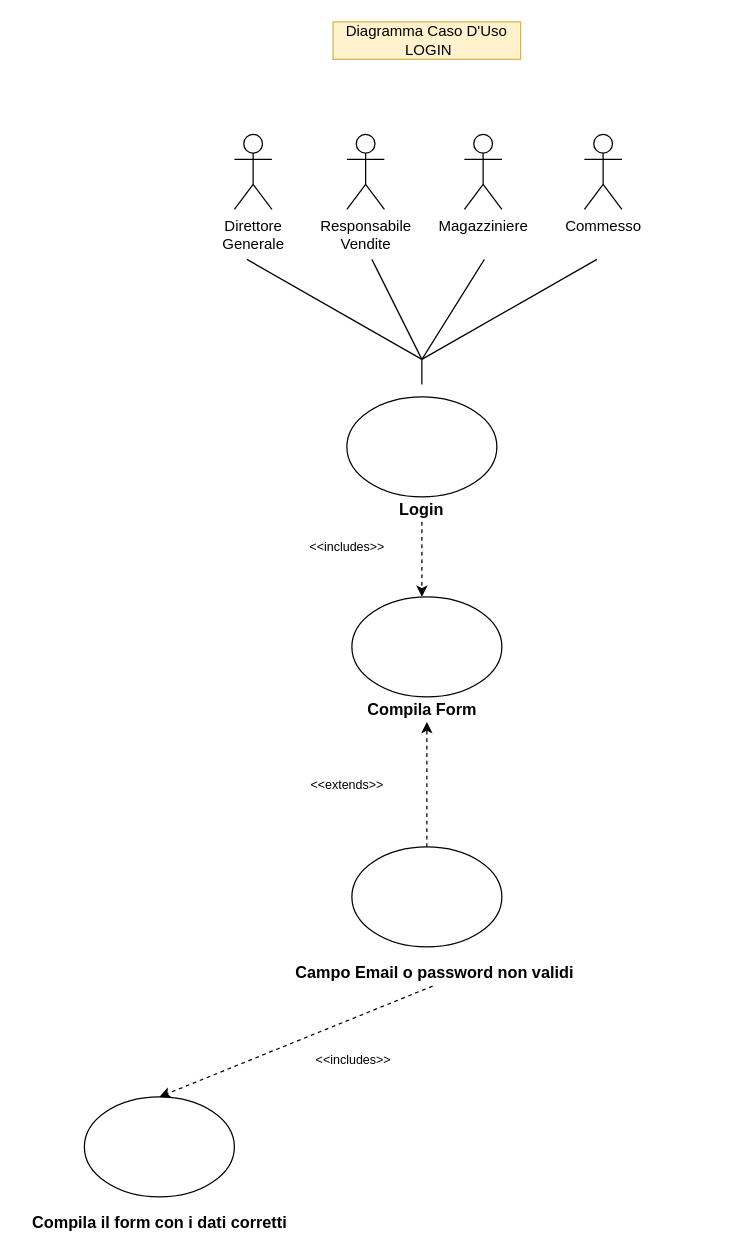
Before: bozze/Login.drawio in Carmineh/IT-Manager, a draw.io diagram. Source tidied: cells renumbered, new cells numbered last; positions are measured from the earlier drawing's top-left corner, leaving out a move shared by most shapes. Both pictures are drawn from the tidied source at 125%, with x=0, y=0 at pixel (21, 21).
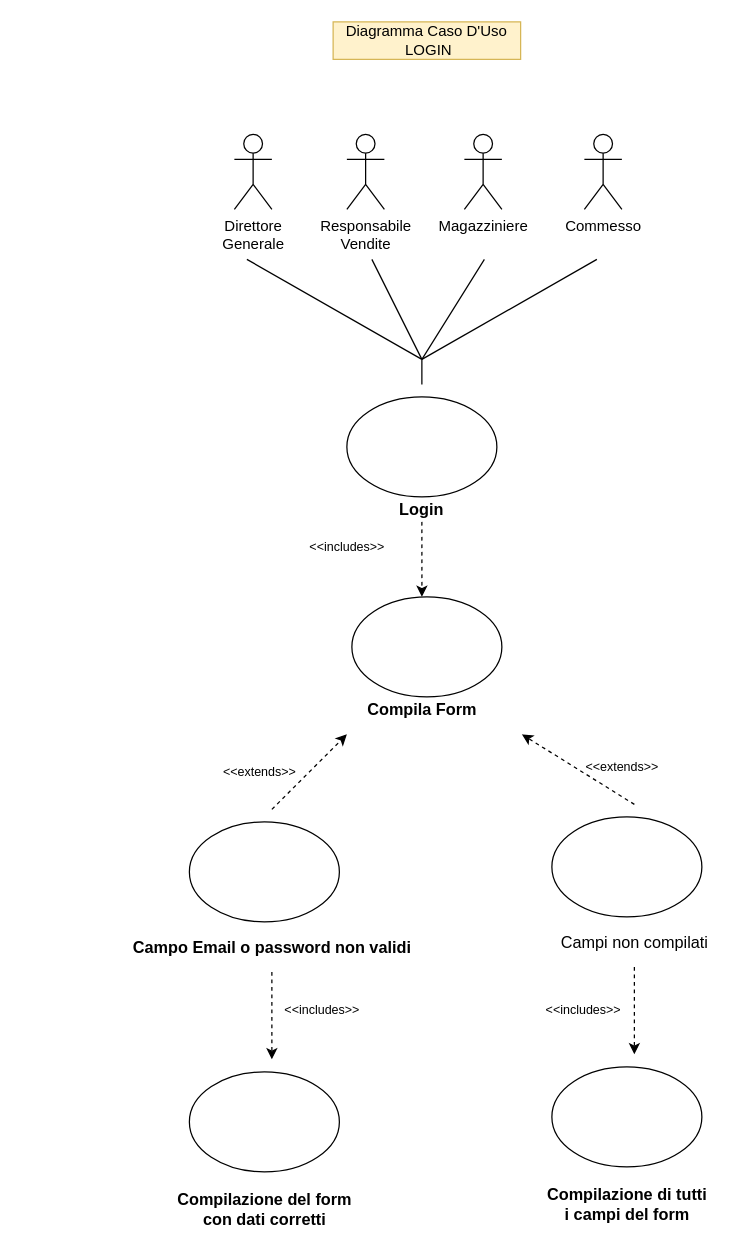
The same diagram, later.

The change refers to these unchanged cells:
```xml
<mxCell id="17" value="&lt;b&gt;Compila Form&lt;/b&gt;" style="text;html=1;align=center;verticalAlign=middle;points=[];fontSize=13;" parent="1" vertex="1">
  <mxGeometry x="270" y="540" width="100" height="20" as="geometry" />
</mxCell>
```

What changed in the source:
```diff
@@
     <mxCell id="18" style="ellipse;whiteSpace=wrap;html=1;strokeColor=#000000;fontSize=13;" parent="1" vertex="1">
-      <mxGeometry x="264" y="660" width="120" height="80" as="geometry" />
+      <mxGeometry x="134" y="640" width="120" height="80" as="geometry" />
     </mxCell>
     <mxCell id="19" style="ellipse;whiteSpace=wrap;html=1;strokeColor=#000000;fontSize=13;" parent="1" vertex="1">
-      <mxGeometry x="50" y="860" width="120" height="80" as="geometry" />
+      <mxGeometry x="134" y="840" width="120" height="80" as="geometry" />
     </mxCell>
-    <mxCell id="20" style="endArrow=classic;html=1;dashed=1;fontSize=13;exitX=0.5;exitY=0;exitDx=0;exitDy=0;entryX=0.54;entryY=1;entryDx=0;entryDy=0;entryPerimeter=0;" parent="1" edge="1" source="18" target="17">
-      <mxGeometry relative="1" as="geometry" />
+    <mxCell id="20" style="endArrow=classic;html=1;dashed=1;fontSize=13;" parent="1" edge="1">
+      <mxGeometry relative="1" as="geometry">
+        <mxPoint x="200" y="630" as="sourcePoint" />
+        <mxPoint x="260" y="570" as="targetPoint" />
+      </mxGeometry>
     </mxCell>
-    <mxCell id="21" style="endArrow=classic;html=1;dashed=1;fontSize=13;entryX=0.5;entryY=0;entryDx=0;entryDy=0;exitX=0.494;exitY=1.071;exitDx=0;exitDy=0;exitPerimeter=0;" parent="1" edge="1" source="22" target="19">
-      <mxGeometry relative="1" as="geometry" />
+    <mxCell id="21" style="endArrow=classic;html=1;dashed=1;fontSize=13;" parent="1" edge="1">
+      <mxGeometry relative="1" as="geometry">
+        <mxPoint x="200" y="760" as="sourcePoint" />
+        <mxPoint x="200" y="830" as="targetPoint" />
+      </mxGeometry>
     </mxCell>
     <mxCell id="22" value="&lt;b&gt;Campo Email o password non validi&lt;/b&gt;" style="text;html=1;align=center;verticalAlign=middle;points=[];fontSize=13;" parent="1" vertex="1">
-      <mxGeometry x="210" y="750" width="240" height="20" as="geometry" />
+      <mxGeometry x="80" y="730" width="240" height="20" as="geometry" />
     </mxCell>
-    <mxCell id="23" value="Compila il form con i dati corretti" style="text;html=1;align=center;verticalAlign=middle;fontSize=13;fontStyle=1;" parent="1" vertex="1">
-      <mxGeometry y="950" width="220" height="20" as="geometry" />
+    <mxCell id="23" value="&lt;div&gt;Compilazione del form&lt;/div&gt;&lt;div&gt;con dati corretti&lt;br&gt;&lt;/div&gt;" style="text;html=1;align=center;verticalAlign=middle;fontSize=13;fontStyle=1;" parent="1" vertex="1">
+      <mxGeometry x="114" y="930" width="160" height="40" as="geometry" />
     </mxCell>
     <mxCell id="24" value="&lt;font style=&quot;font-size: 10px&quot;&gt;&amp;lt;&amp;lt;extends&amp;gt;&amp;gt;&lt;/font&gt;" style="text;html=1;align=center;verticalAlign=middle;" parent="1" vertex="1">
-      <mxGeometry x="225" y="600" width="70" height="20" as="geometry" />
+      <mxGeometry x="155" y="590" width="70" height="20" as="geometry" />
     </mxCell>
     <mxCell id="25" value="&lt;font style=&quot;font-size: 10px&quot;&gt;&amp;lt;&amp;lt;includes&amp;gt;&amp;gt;&lt;/font&gt;" style="text;html=1;align=center;verticalAlign=middle;" parent="1" vertex="1">
-      <mxGeometry x="225" y="820" width="80" height="20" as="geometry" />
+      <mxGeometry x="200" y="780" width="80" height="20" as="geometry" />
     </mxCell>
+    <mxCell id="26" style="ellipse;whiteSpace=wrap;html=1;strokeColor=#000000;fontSize=13;" parent="1" vertex="1">
+      <mxGeometry x="424" y="636" width="120" height="80" as="geometry" />
+    </mxCell>
+    <mxCell id="27" style="ellipse;whiteSpace=wrap;html=1;strokeColor=#000000;fontSize=13;" parent="1" vertex="1">
+      <mxGeometry x="424" y="836" width="120" height="80" as="geometry" />
+    </mxCell>
+    <mxCell id="28" style="endArrow=classic;html=1;dashed=1;fontSize=13;" parent="1" edge="1">
+      <mxGeometry relative="1" as="geometry">
+        <mxPoint x="490" y="626" as="sourcePoint" />
+        <mxPoint x="400" y="570" as="targetPoint" />
+      </mxGeometry>
+    </mxCell>
+    <mxCell id="29" style="endArrow=classic;html=1;dashed=1;fontSize=13;" parent="1" edge="1">
+      <mxGeometry relative="1" as="geometry">
+        <mxPoint x="490" y="756" as="sourcePoint" />
+        <mxPoint x="490" y="826" as="targetPoint" />
+      </mxGeometry>
+    </mxCell>
+    <mxCell id="30" value="Campi non compilati" style="text;html=1;align=center;verticalAlign=middle;fontSize=13;" parent="1" vertex="1">
+      <mxGeometry x="425" y="726" width="130" height="20" as="geometry" />
+    </mxCell>
+    <mxCell id="31" value="&lt;div&gt;Compilazione di tutti&lt;/div&gt;&lt;div&gt;i campi del form&lt;br&gt;&lt;/div&gt;" style="text;html=1;align=center;verticalAlign=middle;fontSize=13;fontStyle=1;" parent="1" vertex="1">
+      <mxGeometry x="409" y="926" width="150" height="40" as="geometry" />
+    </mxCell>
+    <mxCell id="32" value="&lt;font style=&quot;font-size: 10px&quot;&gt;&amp;lt;&amp;lt;extends&amp;gt;&amp;gt;&lt;/font&gt;" style="text;html=1;align=center;verticalAlign=middle;" parent="1" vertex="1">
+      <mxGeometry x="445" y="586" width="70" height="20" as="geometry" />
+    </mxCell>
+    <mxCell id="33" value="&lt;font style=&quot;font-size: 10px&quot;&gt;&amp;lt;&amp;lt;includes&amp;gt;&amp;gt;&lt;/font&gt;" style="text;html=1;align=center;verticalAlign=middle;" parent="1" vertex="1">
+      <mxGeometry x="409" y="780" width="80" height="20" as="geometry" />
+    </mxCell>
```
